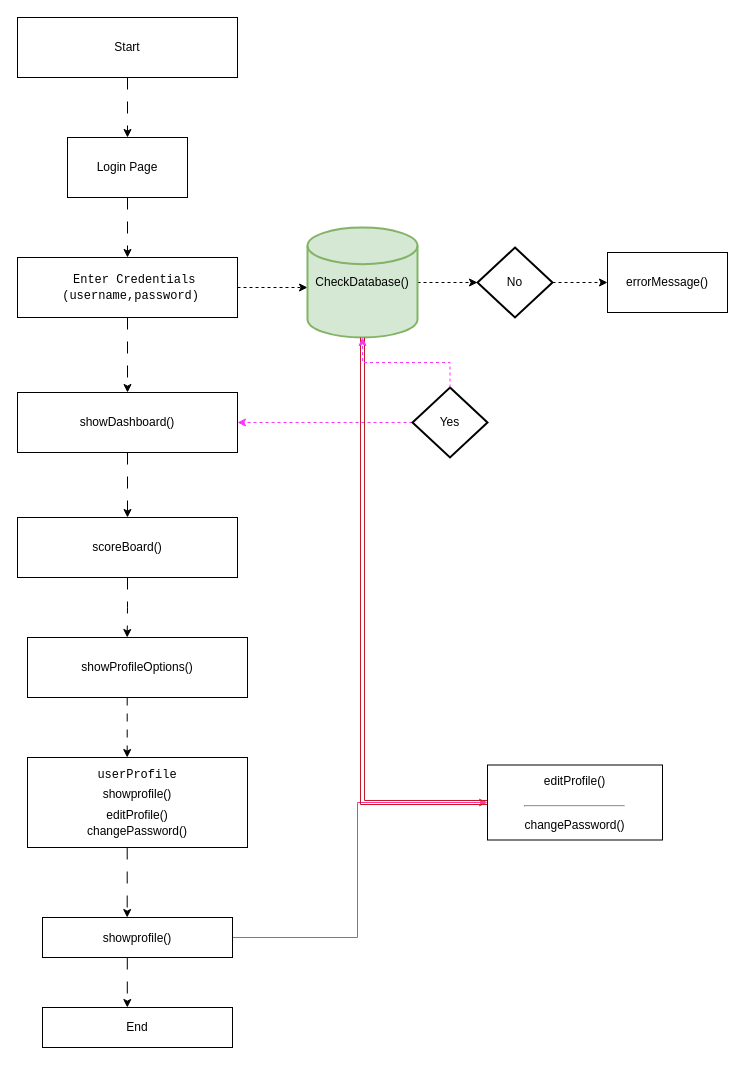
This is flowchart_decosys.drawio from vishal1428/agileAssignment, a draw.io file, before an edit. Source tidied: cells renumbered, new cells numbered last; positions are measured from the earlier drawing's top-left corner, leaving out a move shared by most shapes. Both pictures are drawn from the tidied source at 100%, with x=0, y=0 at pixel (17, 17).
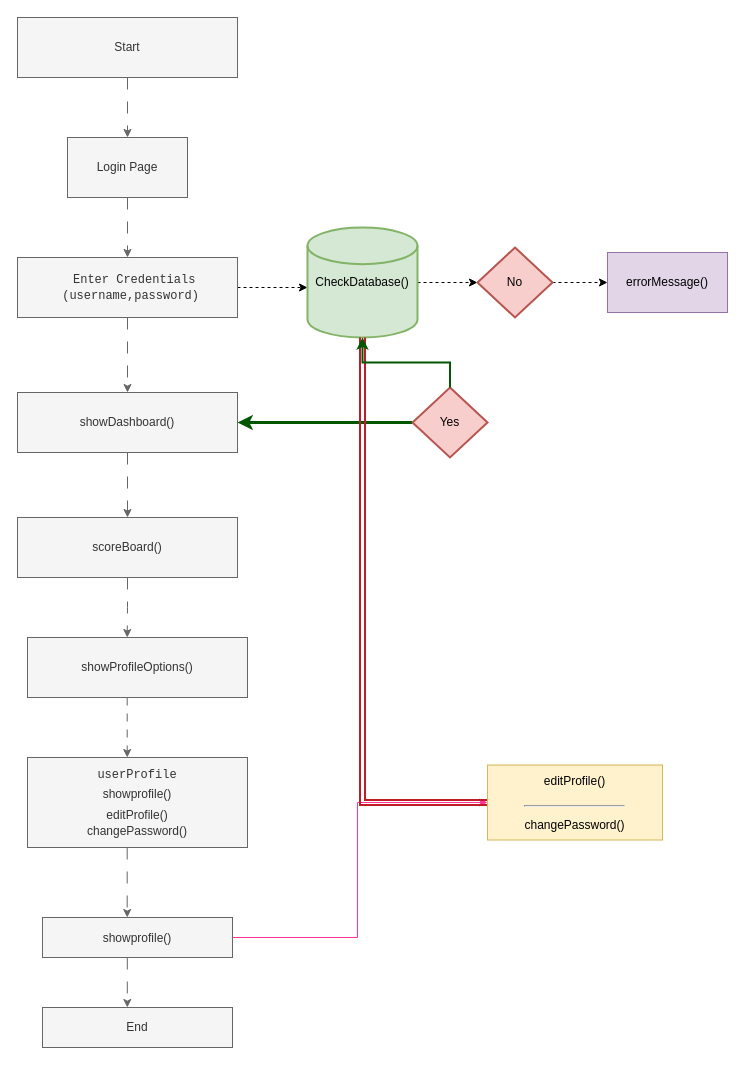
The same page after the edit.

The change refers to these unchanged cells:
```xml
<mxCell id="10" value="CheckDatabase()" style="strokeWidth=2;html=1;shape=mxgraph.flowchart.database;whiteSpace=wrap;fillColor=#d5e8d4;strokeColor=#82b366;rounded=0;" parent="1" vertex="1">
  <mxGeometry x="290" y="210" width="110" height="110" as="geometry" />
</mxCell>
```

The edit, as a diff of the source:
```diff
@@
-    <mxCell id="2" value="Start" style="rounded=0;whiteSpace=wrap;html=1;" parent="1" vertex="1">
+    <mxCell id="2" value="Start" style="rounded=0;whiteSpace=wrap;html=1;fillColor=#f5f5f5;fontColor=#333333;strokeColor=#666666;" parent="1" vertex="1">
       <mxGeometry width="220" height="60" as="geometry" />
     </mxCell>
-    <mxCell id="3" style="endArrow=classic;html=1;rounded=0;exitX=0.5;exitY=1;exitDx=0;exitDy=0;dashed=1;dashPattern=12 12;" parent="1" edge="1" source="2">
+    <mxCell id="3" style="endArrow=classic;html=1;rounded=0;exitX=0.5;exitY=1;exitDx=0;exitDy=0;dashed=1;dashPattern=12 12;fillColor=#f5f5f5;strokeColor=#666666;" parent="1" edge="1" source="2">
       <mxGeometry relative="1" as="geometry">
         <mxPoint x="110" y="120" as="targetPoint" />
       </mxGeometry>
     </mxCell>
-    <mxCell id="4" style="edgeStyle=orthogonalEdgeStyle;rounded=0;jettySize=auto;html=1;entryX=0.5;entryY=0;entryDx=0;entryDy=0;dashed=1;dashPattern=12 12;" parent="1" edge="1" source="5" target="8">
+    <mxCell id="4" style="edgeStyle=orthogonalEdgeStyle;rounded=0;jettySize=auto;html=1;entryX=0.5;entryY=0;entryDx=0;entryDy=0;dashed=1;dashPattern=12 12;fillColor=#f5f5f5;strokeColor=#666666;" parent="1" edge="1" source="5" target="8">
       <mxGeometry relative="1" as="geometry" />
     </mxCell>
-    <mxCell id="5" value="Login Page" style="rounded=0;whiteSpace=wrap;html=1;" parent="1" vertex="1">
+    <mxCell id="5" value="Login Page" style="rounded=0;whiteSpace=wrap;html=1;fillColor=#f5f5f5;fontColor=#333333;strokeColor=#666666;" parent="1" vertex="1">
       <mxGeometry x="50" y="120" width="120" height="60" as="geometry" />
     </mxCell>
@@
-    <mxCell id="7" style="edgeStyle=orthogonalEdgeStyle;rounded=0;jettySize=auto;html=1;entryX=0.5;entryY=0;entryDx=0;entryDy=0;dashed=1;dashPattern=12 12;" parent="1" edge="1" source="8" target="17">
+    <mxCell id="7" style="edgeStyle=orthogonalEdgeStyle;rounded=0;jettySize=auto;html=1;entryX=0.5;entryY=0;entryDx=0;entryDy=0;dashed=1;dashPattern=12 12;fillColor=#f5f5f5;strokeColor=#666666;" parent="1" edge="1" source="8" target="17">
       <mxGeometry relative="1" as="geometry" />
     </mxCell>
-    <mxCell id="8" value="&lt;pre&gt;&lt;font face=&quot;Helvetica&quot;&gt;&lt;code class=&quot;!whitespace-pre hljs language-plaintext&quot;&gt;   Enter Credentials &lt;br&gt;   (username,password)  &lt;/code&gt;&lt;/font&gt;&lt;/pre&gt;" style="rounded=0;whiteSpace=wrap;html=1;" parent="1" vertex="1">
+    <mxCell id="8" value="&lt;pre&gt;&lt;font face=&quot;Helvetica&quot;&gt;&lt;code class=&quot;!whitespace-pre hljs language-plaintext&quot;&gt;   Enter Credentials &lt;br&gt;   (username,password)  &lt;/code&gt;&lt;/font&gt;&lt;/pre&gt;" style="rounded=0;whiteSpace=wrap;html=1;fillColor=#f5f5f5;fontColor=#333333;strokeColor=#666666;" parent="1" vertex="1">
       <mxGeometry y="240" width="220" height="60" as="geometry" />
     </mxCell>
@@
-    <mxCell id="11" style="edgeStyle=orthogonalEdgeStyle;rounded=0;jettySize=auto;html=1;entryX=1;entryY=0.5;entryDx=0;entryDy=0;fillColor=#d5e8d4;strokeColor=#FF33FF;curved=0;dashed=1;" parent="1" edge="1" source="12" target="17">
+    <mxCell id="11" style="edgeStyle=orthogonalEdgeStyle;rounded=0;jettySize=auto;html=1;entryX=1;entryY=0.5;entryDx=0;entryDy=0;fillColor=#008a00;strokeColor=#005700;curved=0;strokeWidth=3;" parent="1" edge="1" source="12" target="17">
       <mxGeometry relative="1" as="geometry" />
     </mxCell>
-    <mxCell id="12" value="Yes" style="strokeWidth=2;html=1;shape=mxgraph.flowchart.decision;whiteSpace=wrap;rounded=0;" parent="1" vertex="1">
+    <mxCell id="12" value="Yes" style="strokeWidth=2;html=1;shape=mxgraph.flowchart.decision;whiteSpace=wrap;rounded=0;fillColor=#f8cecc;strokeColor=#b85450;" parent="1" vertex="1">
       <mxGeometry x="395" y="370" width="75" height="70" as="geometry" />
     </mxCell>
@@
-    <mxCell id="14" value="No" style="strokeWidth=2;html=1;shape=mxgraph.flowchart.decision;whiteSpace=wrap;fillColor=default;fillStyle=solid;rounded=0;" parent="1" vertex="1">
+    <mxCell id="14" value="No" style="strokeWidth=2;html=1;shape=mxgraph.flowchart.decision;whiteSpace=wrap;fillColor=#f8cecc;fillStyle=solid;rounded=0;strokeColor=#b85450;" parent="1" vertex="1">
       <mxGeometry x="460" y="230" width="75" height="70" as="geometry" />
     </mxCell>
-    <mxCell id="15" value="errorMessage()" style="rounded=0;whiteSpace=wrap;html=1;" parent="1" vertex="1">
+    <mxCell id="15" value="errorMessage()" style="rounded=0;whiteSpace=wrap;html=1;fillColor=#e1d5e7;strokeColor=#9673a6;" parent="1" vertex="1">
       <mxGeometry x="590" y="235" width="120" height="60" as="geometry" />
     </mxCell>
-    <mxCell id="16" style="edgeStyle=orthogonalEdgeStyle;rounded=0;jettySize=auto;html=1;entryX=0.5;entryY=0;entryDx=0;entryDy=0;dashed=1;dashPattern=12 12;" parent="1" edge="1" source="17" target="18">
+    <mxCell id="16" style="edgeStyle=orthogonalEdgeStyle;rounded=0;jettySize=auto;html=1;entryX=0.5;entryY=0;entryDx=0;entryDy=0;dashed=1;dashPattern=12 12;fillColor=#f5f5f5;strokeColor=#666666;" parent="1" edge="1" source="17" target="18">
       <mxGeometry relative="1" as="geometry" />
     </mxCell>
-    <mxCell id="17" value="showDashboard()" style="rounded=0;whiteSpace=wrap;html=1;" parent="1" vertex="1">
+    <mxCell id="17" value="showDashboard()" style="rounded=0;whiteSpace=wrap;html=1;fillColor=#f5f5f5;fontColor=#333333;strokeColor=#666666;" parent="1" vertex="1">
       <mxGeometry y="375" width="220" height="60" as="geometry" />
     </mxCell>
-    <mxCell id="18" value="scoreBoard()" style="rounded=0;whiteSpace=wrap;html=1;" parent="1" vertex="1">
+    <mxCell id="18" value="scoreBoard()" style="rounded=0;whiteSpace=wrap;html=1;fillColor=#f5f5f5;fontColor=#333333;strokeColor=#666666;" parent="1" vertex="1">
       <mxGeometry y="500" width="220" height="60" as="geometry" />
     </mxCell>
-    <mxCell id="19" style="edgeStyle=orthogonalEdgeStyle;rounded=0;orthogonalLoop=1;jettySize=auto;html=1;entryX=0.5;entryY=0;entryDx=0;entryDy=0;dashed=1;dashPattern=8 8;" parent="1" edge="1">
+    <mxCell id="19" style="edgeStyle=orthogonalEdgeStyle;rounded=0;orthogonalLoop=1;jettySize=auto;html=1;entryX=0.5;entryY=0;entryDx=0;entryDy=0;dashed=1;dashPattern=8 8;fillColor=#f5f5f5;strokeColor=#666666;" parent="1" edge="1">
       <mxGeometry relative="1" as="geometry">
         <mxPoint x="109.7" y="680" as="sourcePoint" />
         <mxPoint x="109.7" y="740" as="targetPoint" />
       </mxGeometry>
     </mxCell>
-    <mxCell id="20" value="showProfileOptions()" style="rounded=0;whiteSpace=wrap;html=1;" parent="1" vertex="1">
+    <mxCell id="20" value="showProfileOptions()" style="rounded=0;whiteSpace=wrap;html=1;fillColor=#f5f5f5;fontColor=#333333;strokeColor=#666666;" parent="1" vertex="1">
       <mxGeometry x="10" y="620" width="220" height="60" as="geometry" />
     </mxCell>
-    <mxCell id="21" style="edgeStyle=orthogonalEdgeStyle;rounded=0;orthogonalLoop=1;jettySize=auto;html=1;dashed=1;dashPattern=12 12;" parent="1" edge="1">
+    <mxCell id="21" style="edgeStyle=orthogonalEdgeStyle;rounded=0;orthogonalLoop=1;jettySize=auto;html=1;dashed=1;dashPattern=12 12;fillColor=#f5f5f5;strokeColor=#666666;" parent="1" edge="1">
       <mxGeometry relative="1" as="geometry">
         <mxPoint x="109.7" y="830" as="sourcePoint" />
         <mxPoint x="109.7" y="900" as="targetPoint" />
       </mxGeometry>
     </mxCell>
-    <mxCell id="22" value="&lt;p style=&quot;line-height: 200%;&quot;&gt;&lt;/p&gt;&lt;div&gt;&lt;font face=&quot;monospace&quot;&gt;userProfile&lt;/font&gt;&lt;/div&gt;&lt;div style=&quot;line-height: 200%;&quot;&gt;&lt;font face=&quot;V0igmAnZk6Jg4mxxflLs&quot;&gt;showprofile()&lt;/font&gt;&lt;/div&gt;&lt;div style=&quot;line-height: 150%;&quot;&gt;&lt;font face=&quot;V0igmAnZk6Jg4mxxflLs&quot;&gt;editProfile()&lt;/font&gt;&lt;/div&gt;&lt;div&gt;&lt;font face=&quot;V0igmAnZk6Jg4mxxflLs&quot;&gt;changePassword()&lt;br&gt;&lt;/font&gt;&lt;/div&gt;&lt;p&gt;&lt;/p&gt;" style="rounded=0;whiteSpace=wrap;html=1;" parent="1" vertex="1">
+    <mxCell id="22" value="&lt;p style=&quot;line-height: 200%;&quot;&gt;&lt;/p&gt;&lt;div&gt;&lt;font face=&quot;monospace&quot;&gt;userProfile&lt;/font&gt;&lt;/div&gt;&lt;div style=&quot;line-height: 200%;&quot;&gt;&lt;font face=&quot;V0igmAnZk6Jg4mxxflLs&quot;&gt;showprofile()&lt;/font&gt;&lt;/div&gt;&lt;div style=&quot;line-height: 150%;&quot;&gt;&lt;font face=&quot;V0igmAnZk6Jg4mxxflLs&quot;&gt;editProfile()&lt;/font&gt;&lt;/div&gt;&lt;div&gt;&lt;font face=&quot;V0igmAnZk6Jg4mxxflLs&quot;&gt;changePassword()&lt;br&gt;&lt;/font&gt;&lt;/div&gt;&lt;p&gt;&lt;/p&gt;" style="rounded=0;whiteSpace=wrap;html=1;fillColor=#f5f5f5;fontColor=#333333;strokeColor=#666666;" parent="1" vertex="1">
       <mxGeometry x="10" y="740" width="220" height="90" as="geometry" />
     </mxCell>
@@
-    <mxCell id="24" style="edgeStyle=orthogonalEdgeStyle;orthogonalLoop=1;jettySize=auto;html=1;dashed=1;dashPattern=12 12;entryX=0.5;entryY=0;entryDx=0;entryDy=0;" parent="1" edge="1">
+    <mxCell id="24" style="edgeStyle=orthogonalEdgeStyle;orthogonalLoop=1;jettySize=auto;html=1;dashed=1;dashPattern=12 12;entryX=0.5;entryY=0;entryDx=0;entryDy=0;fillColor=#f5f5f5;strokeColor=#666666;" parent="1" edge="1">
       <mxGeometry relative="1" as="geometry">
         <mxPoint x="109.8" y="940" as="sourcePoint" />
         <mxPoint x="109.8" y="990" as="targetPoint" />
       </mxGeometry>
     </mxCell>
-    <mxCell id="25" value="&lt;p style=&quot;line-height: 200%;&quot;&gt;&lt;/p&gt;&lt;div style=&quot;line-height: 200%;&quot;&gt;&lt;font face=&quot;V0igmAnZk6Jg4mxxflLs&quot;&gt;showprofile()&lt;/font&gt;&lt;/div&gt;&lt;p&gt;&lt;/p&gt;" style="rounded=0;whiteSpace=wrap;html=1;" parent="1" vertex="1">
+    <mxCell id="25" value="&lt;p style=&quot;line-height: 200%;&quot;&gt;&lt;/p&gt;&lt;div style=&quot;line-height: 200%;&quot;&gt;&lt;font face=&quot;V0igmAnZk6Jg4mxxflLs&quot;&gt;showprofile()&lt;/font&gt;&lt;/div&gt;&lt;p&gt;&lt;/p&gt;" style="rounded=0;whiteSpace=wrap;html=1;fillColor=#f5f5f5;fontColor=#333333;strokeColor=#666666;" parent="1" vertex="1">
       <mxGeometry x="25" y="900" width="190" height="40" as="geometry" />
     </mxCell>
-    <mxCell id="26" style="edgeStyle=orthogonalEdgeStyle;rounded=0;jettySize=auto;html=1;shape=link;fillColor=#d5e8d4;strokeColor=#c01c28;" parent="1" edge="1" source="27" target="10">
+    <mxCell id="26" style="edgeStyle=orthogonalEdgeStyle;rounded=0;jettySize=auto;html=1;shape=link;fillColor=#d5e8d4;strokeColor=#c01c28;strokeWidth=2;" parent="1" edge="1" source="27" target="10">
       <mxGeometry relative="1" as="geometry" />
     </mxCell>
-    <mxCell id="27" value="&lt;p style=&quot;line-height: 200%;&quot;&gt;&lt;font face=&quot;V0igmAnZk6Jg4mxxflLs&quot;&gt;editProfile()&lt;/font&gt;&lt;/p&gt;&lt;div style=&quot;line-height: 200%;&quot;&gt;&lt;hr&gt;&lt;font face=&quot;V0igmAnZk6Jg4mxxflLs&quot;&gt;changePassword()&lt;br&gt;&lt;/font&gt;&lt;/div&gt;&lt;p&gt;&lt;/p&gt;" style="rounded=0;whiteSpace=wrap;html=1;" parent="1" vertex="1">
+    <mxCell id="27" value="&lt;p style=&quot;line-height: 200%;&quot;&gt;&lt;font face=&quot;V0igmAnZk6Jg4mxxflLs&quot;&gt;editProfile()&lt;/font&gt;&lt;/p&gt;&lt;div style=&quot;line-height: 200%;&quot;&gt;&lt;hr&gt;&lt;font face=&quot;V0igmAnZk6Jg4mxxflLs&quot;&gt;changePassword()&lt;br&gt;&lt;/font&gt;&lt;/div&gt;&lt;p&gt;&lt;/p&gt;" style="rounded=0;whiteSpace=wrap;html=1;fillColor=#fff2cc;strokeColor=#d6b656;" parent="1" vertex="1">
       <mxGeometry x="470" y="747.5" width="175" height="75" as="geometry" />
     </mxCell>
-    <mxCell id="28" style="edgeStyle=orthogonalEdgeStyle;rounded=0;jettySize=auto;html=1;exitX=0.5;exitY=0;exitDx=0;exitDy=0;exitPerimeter=0;entryX=0.5;entryY=1;entryDx=0;entryDy=0;entryPerimeter=0;strokeColor=#FF33FF;dashed=1;" parent="1" edge="1" source="12" target="10">
+    <mxCell id="28" style="edgeStyle=orthogonalEdgeStyle;rounded=0;jettySize=auto;html=1;exitX=0.5;exitY=0;exitDx=0;exitDy=0;exitPerimeter=0;entryX=0.5;entryY=1;entryDx=0;entryDy=0;entryPerimeter=0;strokeColor=#005700;fillColor=#008a00;strokeWidth=2;" parent="1" edge="1" source="12" target="10">
       <mxGeometry relative="1" as="geometry" />
     </mxCell>
-    <mxCell id="29" style="edgeStyle=orthogonalEdgeStyle;rounded=0;jettySize=auto;html=1;entryX=0.5;entryY=0;entryDx=0;entryDy=0;dashed=1;dashPattern=12 12;exitX=0.5;exitY=1;exitDx=0;exitDy=0;" parent="1" edge="1" source="18">
+    <mxCell id="29" style="edgeStyle=orthogonalEdgeStyle;rounded=0;jettySize=auto;html=1;entryX=0.5;entryY=0;entryDx=0;entryDy=0;dashed=1;dashPattern=12 12;exitX=0.5;exitY=1;exitDx=0;exitDy=0;fillColor=#f5f5f5;strokeColor=#666666;" parent="1" edge="1" source="18">
       <mxGeometry relative="1" as="geometry">
         <mxPoint x="109.7" y="620" as="targetPoint" />
       </mxGeometry>
     </mxCell>
-    <mxCell id="30" value="End" style="rounded=0;whiteSpace=wrap;html=1;" parent="1" vertex="1">
+    <mxCell id="30" value="End" style="rounded=0;whiteSpace=wrap;html=1;fillColor=#f5f5f5;fontColor=#333333;strokeColor=#666666;" parent="1" vertex="1">
       <mxGeometry x="25" y="990" width="190" height="40" as="geometry" />
     </mxCell>
```
